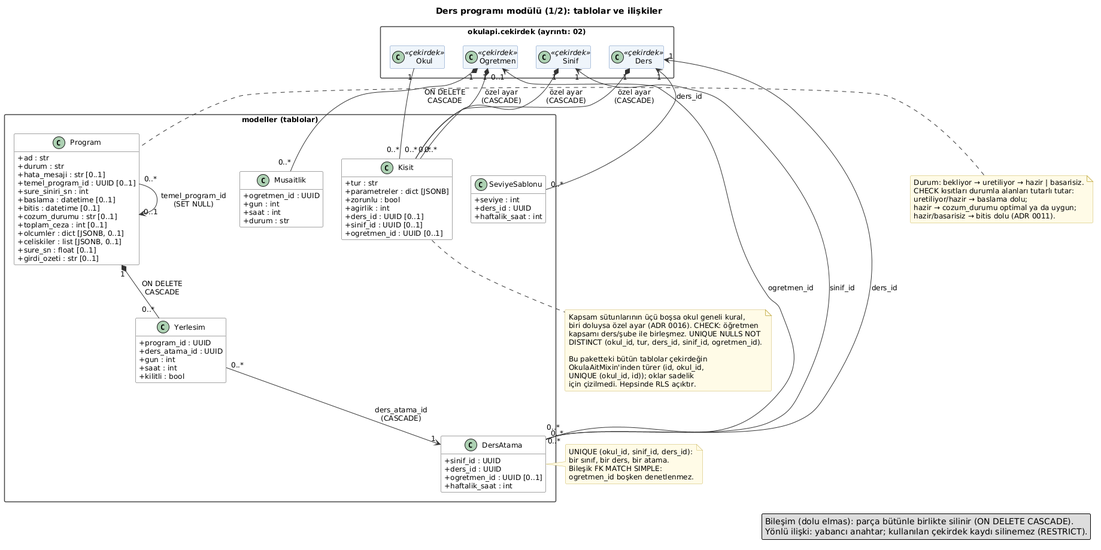
Earlier version of the PlantUML export docs/diyagramlar/cikti/04-ders-programi-tablolar.png (yusuf-aycicek/cizelge).
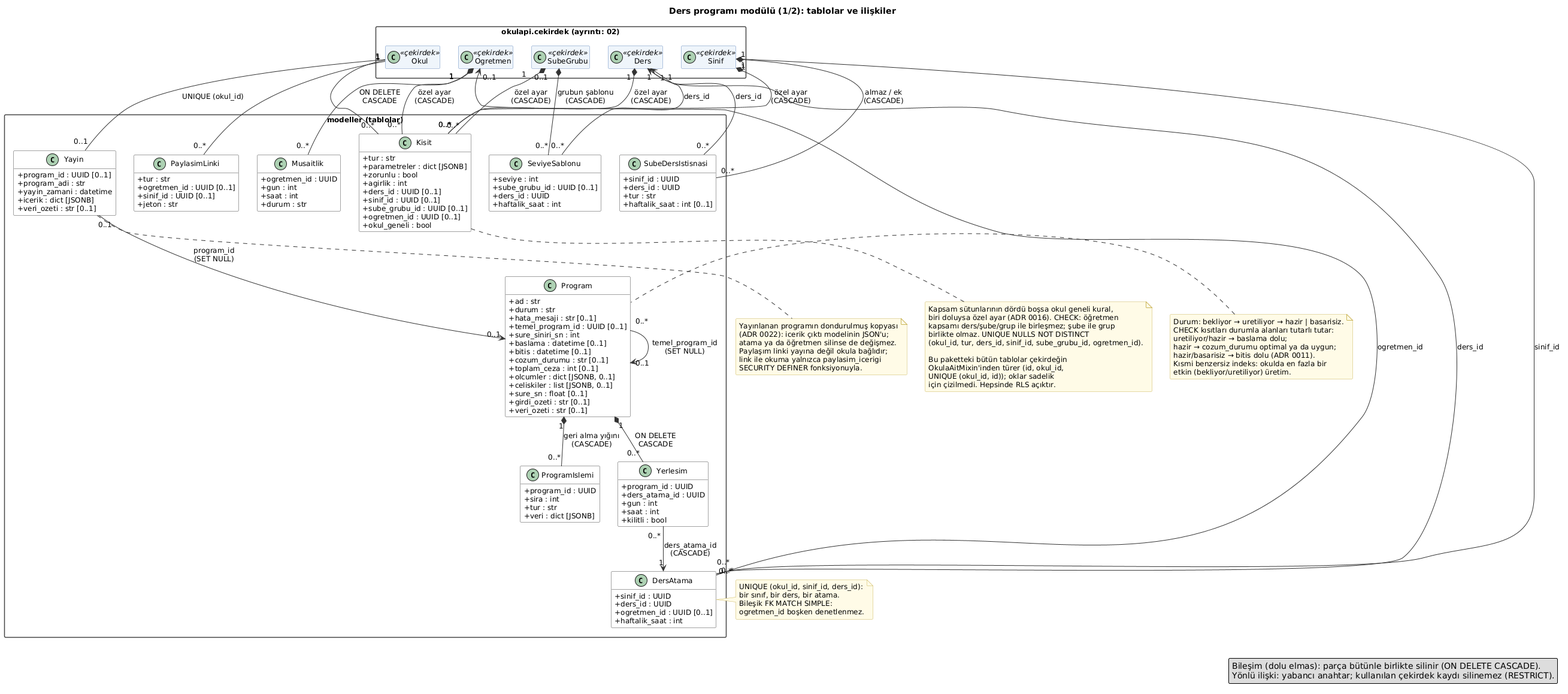
The same diagram one commit later.

What changed in the source:
```diff
@@ -12,14 +12,22 @@
   class Okul <<çekirdek>>
   class Ogretmen <<çekirdek>>
   class Sinif <<çekirdek>>
+  class SubeGrubu <<çekirdek>>
   class Ders <<çekirdek>>
 }
 
 package "modeller (tablolar)" {
   class SeviyeSablonu {
     +seviye : int
+    +sube_grubu_id : UUID [0..1]
     +ders_id : UUID
     +haftalik_saat : int
+  }
+  class SubeDersIstisnasi {
+    +sinif_id : UUID
+    +ders_id : UUID
+    +tur : str
+    +haftalik_saat : int [0..1]
   }
   class DersAtama {
     +sinif_id : UUID
@@ -40,7 +48,9 @@
     +agirlik : int
     +ders_id : UUID [0..1]
     +sinif_id : UUID [0..1]
+    +sube_grubu_id : UUID [0..1]
     +ogretmen_id : UUID [0..1]
+    +okul_geneli : bool
   }
   class Program {
     +ad : str
@@ -56,6 +66,7 @@
     +celiskiler : list [JSONB, 0..1]
     +sure_sn : float [0..1]
     +girdi_ozeti : str [0..1]
+    +veri_ozeti : str [0..1]
   }
   class Yerlesim {
     +program_id : UUID
@@ -64,20 +75,47 @@
     +saat : int
     +kilitli : bool
   }
+  class ProgramIslemi {
+    +program_id : UUID
+    +sira : int
+    +tur : str
+    +veri : dict [JSONB]
+  }
+  class Yayin {
+    +program_id : UUID [0..1]
+    +program_adi : str
+    +yayin_zamani : datetime
+    +icerik : dict [JSONB]
+    +veri_ozeti : str [0..1]
+  }
+  class PaylasimLinki {
+    +tur : str
+    +ogretmen_id : UUID [0..1]
+    +sinif_id : UUID [0..1]
+    +jeton : str
+  }
 }
 
 DersAtama "0..*" --> "1" Sinif : sinif_id
 DersAtama "0..*" --> "1" Ders : ders_id
 DersAtama "0..*" --> "0..1" Ogretmen : ogretmen_id
 SeviyeSablonu "0..*" --> "1" Ders : ders_id
+SubeGrubu "0..1" *-- "0..*" SeviyeSablonu : grubun şablonu\n(CASCADE)
+Sinif "1" *-- "0..*" SubeDersIstisnasi : almaz / ek\n(CASCADE)
+SubeDersIstisnasi "0..*" --> "1" Ders : ders_id
 Ogretmen "1" *-- "0..*" Musaitlik : ON DELETE\nCASCADE
 Program "1" *-- "0..*" Yerlesim : ON DELETE\nCASCADE
+Program "1" *-- "0..*" ProgramIslemi : geri alma yığını\n(CASCADE)
 Yerlesim "0..*" --> "1" DersAtama : ders_atama_id\n(CASCADE)
 Program "0..*" --> "0..1" Program : temel_program_id\n(SET NULL)
 Okul "1" -- "0..*" Kisit
 Ogretmen "1" *-- "0..*" Kisit : özel ayar\n(CASCADE)
 Ders "1" *-- "0..*" Kisit : özel ayar\n(CASCADE)
 Sinif "1" *-- "0..*" Kisit : özel ayar\n(CASCADE)
+SubeGrubu "1" *-- "0..*" Kisit : özel ayar\n(CASCADE)
+Okul "1" -- "0..1" Yayin : UNIQUE (okul_id)
+Yayin "0..1" --> "0..1" Program : program_id\n(SET NULL)
+Okul "1" -- "0..*" PaylasimLinki
 
 note right of DersAtama
   UNIQUE (okul_id, sinif_id, ders_id):
@@ -92,13 +130,16 @@
   uretiliyor/hazir → baslama dolu;
   hazir → cozum_durumu optimal ya da uygun;
   hazir/basarisiz → bitis dolu (ADR 0011).
+  Kısmi benzersiz indeks: okulda en fazla bir
+  etkin (bekliyor/uretiliyor) üretim.
 end note
 
 note bottom of Kisit
-  Kapsam sütunlarının üçü boşsa okul geneli kural,
+  Kapsam sütunlarının dördü boşsa okul geneli kural,
   biri doluysa özel ayar (ADR 0016). CHECK: öğretmen
-  kapsamı ders/şube ile birleşmez. UNIQUE NULLS NOT
-  DISTINCT (okul_id, tur, ders_id, sinif_id, ogretmen_id).
+  kapsamı ders/şube/grup ile birleşmez; şube ile grup
+  birlikte olmaz. UNIQUE NULLS NOT DISTINCT
+  (okul_id, tur, ders_id, sinif_id, sube_grubu_id, ogretmen_id).
 
   Bu paketteki bütün tablolar çekirdeğin
   OkulaAitMixin'inden türer (id, okul_id,
@@ -106,6 +147,15 @@
   için çizilmedi. Hepsinde RLS açıktır.
 end note
 
+note bottom of Yayin
+  Yayınlanan programın dondurulmuş kopyası
+  (ADR 0022): icerik çıktı modelinin JSON'u;
+  atama ya da öğretmen silinse de değişmez.
+  Paylaşım linki yayına değil okula bağlıdır;
+  link ile okuma yalnızca paylasim_icerigi
+  SECURITY DEFINER fonksiyonuyla.
+end note
+
 legend right
   Bileşim (dolu elmas): parça bütünle birlikte silinir (ON DELETE CASCADE).
   Yönlü ilişki: yabancı anahtar; kullanılan çekirdek kaydı silinemez (RESTRICT).
```
